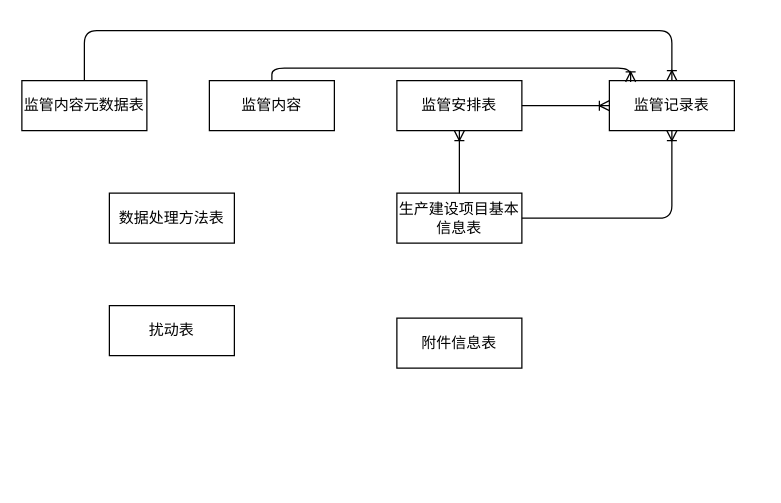
DORcode/admin-demo keeps this draw.io diagram as file/stbcer.drawio. Above is the earlier version. Source tidied: cells renumbered, new cells numbered last; positions are measured from the earlier drawing's top-left corner, leaving out a move shared by most shapes. Both pictures are drawn from the tidied source at 125%, with x=0, y=0 at pixel (21, 30).
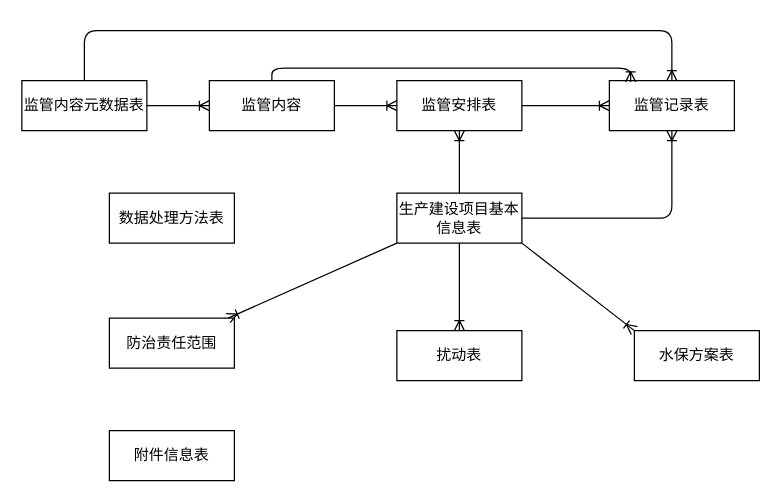
Above is the later version.

Unchanged cells that the change refers to:
```xml
<mxCell id="2" value="监管内容元数据表" style="whiteSpace=wrap;html=1;align=center;" parent="1" vertex="1">
  <mxGeometry y="40" width="100" height="40" as="geometry" />
</mxCell>
<mxCell id="3" value="监管安排表" style="whiteSpace=wrap;html=1;align=center;" parent="1" vertex="1">
  <mxGeometry x="300" y="40" width="100" height="40" as="geometry" />
</mxCell>
<mxCell id="6" value="生产建设项目基本信息表" style="whiteSpace=wrap;html=1;align=center;" parent="1" vertex="1">
  <mxGeometry x="300" y="130" width="100" height="40" as="geometry" />
</mxCell>
<mxCell id="13" value="监管内容" style="whiteSpace=wrap;html=1;align=center;" parent="1" vertex="1">
  <mxGeometry x="150" y="40" width="100" height="40" as="geometry" />
</mxCell>
```

Change to the diagram source:
```diff
@@
     <mxCell id="7" value="扰动表" style="whiteSpace=wrap;html=1;align=center;" parent="1" vertex="1">
-      <mxGeometry x="70" y="220" width="100" height="40" as="geometry" />
+      <mxGeometry x="300" y="240" width="100" height="40" as="geometry" />
     </mxCell>
     <mxCell id="8" value="附件信息表" style="whiteSpace=wrap;html=1;align=center;" parent="1" vertex="1">
-      <mxGeometry x="300" y="230" width="100" height="40" as="geometry" />
+      <mxGeometry x="70" y="320" width="100" height="40" as="geometry" />
     </mxCell>
@@
+    <mxCell id="15" value="防治责任范围" style="whiteSpace=wrap;html=1;align=center;" parent="1" vertex="1">
+      <mxGeometry x="70" y="230" width="100" height="40" as="geometry" />
+    </mxCell>
+    <mxCell id="16" style="fontSize=12;html=1;endArrow=ERoneToMany;exitX=0;exitY=1;exitDx=0;exitDy=0;" parent="1" edge="1" source="6" target="15">
+      <mxGeometry relative="1" as="geometry" />
+    </mxCell>
+    <mxCell id="17" value="水保方案表" style="whiteSpace=wrap;html=1;align=center;" parent="1" vertex="1">
+      <mxGeometry x="490" y="240" width="100" height="40" as="geometry" />
+    </mxCell>
+    <mxCell id="18" style="fontSize=12;html=1;endArrow=ERoneToMany;exitX=1;exitY=1;exitDx=0;exitDy=0;entryX=0;entryY=0;entryDx=0;entryDy=0;" parent="1" edge="1" source="6" target="17">
+      <mxGeometry relative="1" as="geometry" />
+    </mxCell>
+    <mxCell id="19" style="fontSize=12;html=1;endArrow=ERoneToMany;exitX=0.5;exitY=1;exitDx=0;exitDy=0;entryX=0.5;entryY=0;entryDx=0;entryDy=0;" parent="1" edge="1" source="6" target="7">
+      <mxGeometry relative="1" as="geometry" />
+    </mxCell>
+    <mxCell id="20" style="edgeStyle=entityRelationEdgeStyle;fontSize=12;html=1;endArrow=ERoneToMany;exitX=1;exitY=0.5;exitDx=0;exitDy=0;entryX=0;entryY=0.5;entryDx=0;entryDy=0;" parent="1" edge="1" source="2" target="13">
+      <mxGeometry relative="1" as="geometry" />
+    </mxCell>
+    <mxCell id="21" style="edgeStyle=entityRelationEdgeStyle;fontSize=12;html=1;endArrow=ERoneToMany;exitX=1;exitY=0.5;exitDx=0;exitDy=0;" parent="1" edge="1" source="13" target="3">
+      <mxGeometry relative="1" as="geometry" />
+    </mxCell>
```
